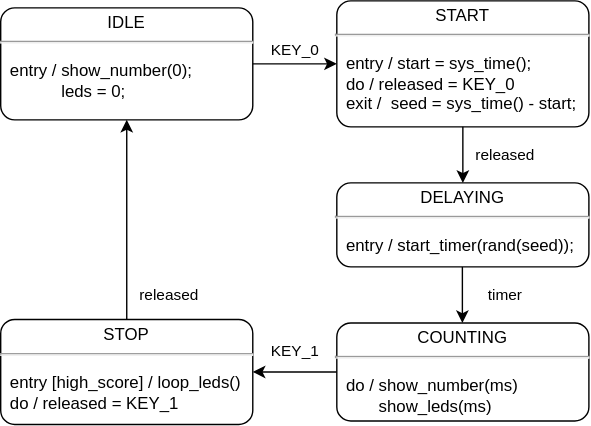
Earlier version of the draw.io export doc/State-Transition-Diagram.svg (JVKran/Configurable-Reaction-Meter). Source tidied: cells renumbered, new cells last; positions are measured from the earlier drawing's top-left corner, leaving out a move shared by most shapes. Source of this version:
```xml
<mxGraphModel>
  <root>
    <mxCell id="0" />
    <mxCell id="1" parent="0" />
    <mxCell id="2" value="&lt;p style=&quot;margin: 0px ; margin-top: 4px ; text-align: center&quot;&gt;IDLE&lt;/p&gt;&lt;hr&gt;&lt;p&gt;&lt;/p&gt;&lt;p style=&quot;margin: 0px ; margin-left: 8px ; text-align: left&quot;&gt;entry / show_number(0);&amp;nbsp;&lt;/p&gt;&lt;p style=&quot;margin: 0px ; margin-left: 8px ; text-align: left&quot;&gt;&lt;span&gt;&amp;nbsp; &amp;nbsp; &amp;nbsp; &amp;nbsp; &amp;nbsp; &amp;nbsp;leds = 0;&lt;/span&gt;&lt;/p&gt;" style="shape=mxgraph.sysml.simpleState;html=1;overflow=fill;whiteSpace=wrap;align=center;" parent="1" vertex="1">
      <mxGeometry y="5" width="180" height="80" as="geometry" />
    </mxCell>
    <mxCell id="3" value="&lt;p style=&quot;margin: 0px ; margin-top: 4px ; text-align: center&quot;&gt;START&lt;/p&gt;&lt;hr&gt;&lt;p&gt;&lt;/p&gt;&lt;p style=&quot;margin: 0px ; margin-left: 8px ; text-align: left&quot;&gt;entry / start = sys_time();&lt;/p&gt;&lt;p style=&quot;margin: 0px ; margin-left: 8px ; text-align: left&quot;&gt;do / released = KEY_0&lt;/p&gt;&lt;p style=&quot;margin: 0px ; margin-left: 8px ; text-align: left&quot;&gt;exit /&amp;nbsp; seed = sys_time() -&amp;nbsp;&lt;span&gt;start;&lt;/span&gt;&lt;/p&gt;" style="shape=mxgraph.sysml.simpleState;html=1;overflow=fill;whiteSpace=wrap;align=center;" parent="1" vertex="1">
      <mxGeometry x="240" width="180" height="90" as="geometry" />
    </mxCell>
    <mxCell id="4" style="endArrow=classic;html=1;exitX=1;exitY=0.5;exitDx=0;exitDy=0;exitPerimeter=0;entryX=0;entryY=0.5;entryDx=0;entryDy=0;entryPerimeter=0;" parent="1" edge="1" source="2" target="3">
      <mxGeometry relative="1" as="geometry" />
    </mxCell>
    <mxCell id="5" value="KEY_0" style="edgeLabel;html=1;align=center;verticalAlign=middle;" parent="4" vertex="1">
      <mxGeometry x="-0.46" relative="1" as="geometry">
        <mxPoint x="14" y="-10" as="offset" />
      </mxGeometry>
    </mxCell>
    <mxCell id="6" value="&lt;p style=&quot;margin: 0px ; margin-top: 4px ; text-align: center&quot;&gt;DELAYING&lt;/p&gt;&lt;hr&gt;&lt;p&gt;&lt;/p&gt;&lt;p style=&quot;margin: 0px ; margin-left: 8px ; text-align: left&quot;&gt;entry / start_timer(rand(seed));&lt;/p&gt;" style="shape=mxgraph.sysml.simpleState;html=1;overflow=fill;whiteSpace=wrap;align=center;" parent="1" vertex="1">
      <mxGeometry x="240" y="130" width="180" height="60" as="geometry" />
    </mxCell>
    <mxCell id="7" style="endArrow=classic;html=1;entryX=0.5;entryY=0;entryDx=0;entryDy=0;entryPerimeter=0;exitX=0.5;exitY=1;exitDx=0;exitDy=0;exitPerimeter=0;" parent="1" edge="1" source="3" target="6">
      <mxGeometry relative="1" as="geometry" />
    </mxCell>
    <mxCell id="8" value="released" style="edgeLabel;html=1;align=center;verticalAlign=middle;" parent="7" vertex="1">
      <mxGeometry x="-0.45" y="1" relative="1" as="geometry">
        <mxPoint x="29" y="9" as="offset" />
      </mxGeometry>
    </mxCell>
    <mxCell id="9" value="&lt;p style=&quot;margin: 0px ; margin-top: 4px ; text-align: center&quot;&gt;COUNTING&lt;/p&gt;&lt;hr&gt;&lt;p&gt;&lt;/p&gt;&lt;p style=&quot;margin: 0px ; margin-left: 8px ; text-align: left&quot;&gt;&lt;span&gt;do / show_number(ms)&lt;/span&gt;&lt;br&gt;&lt;/p&gt;&lt;p style=&quot;margin: 0px ; margin-left: 8px ; text-align: left&quot;&gt;&amp;nbsp; &amp;nbsp; &amp;nbsp; &amp;nbsp;show_leds(ms)&lt;/p&gt;" style="shape=mxgraph.sysml.simpleState;html=1;overflow=fill;whiteSpace=wrap;align=center;" parent="1" vertex="1">
      <mxGeometry x="240" y="230" width="180" height="70" as="geometry" />
    </mxCell>
    <mxCell id="10" style="endArrow=classic;html=1;entryX=0.5;entryY=0;entryDx=0;entryDy=0;entryPerimeter=0;exitX=0.5;exitY=1;exitDx=0;exitDy=0;exitPerimeter=0;" parent="1" edge="1">
      <mxGeometry relative="1" as="geometry">
        <mxPoint x="329.7" y="190" as="sourcePoint" />
        <mxPoint x="329.7" y="230" as="targetPoint" />
      </mxGeometry>
    </mxCell>
    <mxCell id="11" value="timer" style="edgeLabel;html=1;align=center;verticalAlign=middle;" parent="10" vertex="1">
      <mxGeometry x="-0.45" y="1" relative="1" as="geometry">
        <mxPoint x="29" y="9" as="offset" />
      </mxGeometry>
    </mxCell>
    <mxCell id="12" value="&lt;p style=&quot;margin: 0px ; margin-top: 4px ; text-align: center&quot;&gt;STOP&lt;/p&gt;&lt;hr&gt;&lt;p&gt;&lt;/p&gt;&lt;p style=&quot;margin: 0px ; margin-left: 8px ; text-align: left&quot;&gt;entry [high_score] / loop_leds()&lt;/p&gt;&lt;p style=&quot;margin: 0px ; margin-left: 8px ; text-align: left&quot;&gt;do / released = KEY_1&lt;/p&gt;" style="shape=mxgraph.sysml.simpleState;html=1;overflow=fill;whiteSpace=wrap;align=center;" parent="1" vertex="1">
      <mxGeometry y="227.5" width="180" height="75" as="geometry" />
    </mxCell>
    <mxCell id="13" style="endArrow=classic;html=1;exitX=0;exitY=0.5;exitDx=0;exitDy=0;exitPerimeter=0;entryX=1;entryY=0.5;entryDx=0;entryDy=0;entryPerimeter=0;" parent="1" edge="1" source="9" target="12">
      <mxGeometry relative="1" as="geometry" />
    </mxCell>
    <mxCell id="14" value="KEY_1" style="edgeLabel;html=1;align=center;verticalAlign=middle;" parent="13" vertex="1">
      <mxGeometry x="0.3" y="-1" relative="1" as="geometry">
        <mxPoint x="9.1" y="-14" as="offset" />
      </mxGeometry>
    </mxCell>
    <mxCell id="15" style="endArrow=classic;html=1;" parent="1" edge="1" source="12" target="2">
      <mxGeometry relative="1" as="geometry" />
    </mxCell>
    <mxCell id="16" value="released" style="edgeLabel;html=1;align=center;verticalAlign=middle;" parent="15" vertex="1">
      <mxGeometry x="-0.56" relative="1" as="geometry">
        <mxPoint x="30" y="13.9" as="offset" />
      </mxGeometry>
    </mxCell>
  </root>
</mxGraphModel>
```
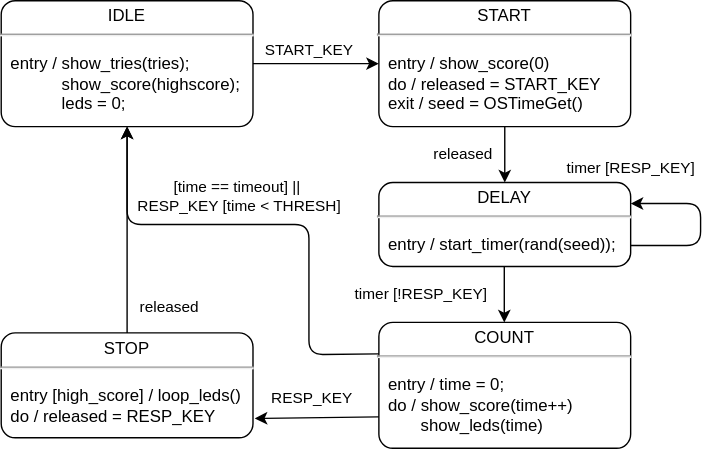
The same diagram one commit later.

The edit, as a diff of the source:
```diff
@@ -2,21 +2,21 @@
   <root>
     <mxCell id="0" />
     <mxCell id="1" parent="0" />
-    <mxCell id="2" value="&lt;p style=&quot;margin: 0px ; margin-top: 4px ; text-align: center&quot;&gt;IDLE&lt;/p&gt;&lt;hr&gt;&lt;p&gt;&lt;/p&gt;&lt;p style=&quot;margin: 0px ; margin-left: 8px ; text-align: left&quot;&gt;entry / show_number(0);&amp;nbsp;&lt;/p&gt;&lt;p style=&quot;margin: 0px ; margin-left: 8px ; text-align: left&quot;&gt;&lt;span&gt;&amp;nbsp; &amp;nbsp; &amp;nbsp; &amp;nbsp; &amp;nbsp; &amp;nbsp;leds = 0;&lt;/span&gt;&lt;/p&gt;" style="shape=mxgraph.sysml.simpleState;html=1;overflow=fill;whiteSpace=wrap;align=center;" parent="1" vertex="1">
-      <mxGeometry y="5" width="180" height="80" as="geometry" />
+    <mxCell id="2" value="&lt;p style=&quot;margin: 0px ; margin-top: 4px ; text-align: center&quot;&gt;IDLE&lt;/p&gt;&lt;hr&gt;&lt;p&gt;&lt;/p&gt;&lt;p style=&quot;margin: 0px ; margin-left: 8px ; text-align: left&quot;&gt;entry / show_tries(tries);&lt;/p&gt;&lt;p style=&quot;margin: 0px ; margin-left: 8px ; text-align: left&quot;&gt;&amp;nbsp; &amp;nbsp; &amp;nbsp; &amp;nbsp; &amp;nbsp; &amp;nbsp;show_score(highscore);&amp;nbsp;&lt;/p&gt;&lt;p style=&quot;margin: 0px ; margin-left: 8px ; text-align: left&quot;&gt;&lt;span&gt;&amp;nbsp; &amp;nbsp; &amp;nbsp; &amp;nbsp; &amp;nbsp; &amp;nbsp;leds = 0;&lt;/span&gt;&lt;/p&gt;" style="shape=mxgraph.sysml.simpleState;html=1;overflow=fill;whiteSpace=wrap;align=center;" parent="1" vertex="1">
+      <mxGeometry x="-30" width="180" height="90" as="geometry" />
     </mxCell>
-    <mxCell id="3" value="&lt;p style=&quot;margin: 0px ; margin-top: 4px ; text-align: center&quot;&gt;START&lt;/p&gt;&lt;hr&gt;&lt;p&gt;&lt;/p&gt;&lt;p style=&quot;margin: 0px ; margin-left: 8px ; text-align: left&quot;&gt;entry / start = sys_time();&lt;/p&gt;&lt;p style=&quot;margin: 0px ; margin-left: 8px ; text-align: left&quot;&gt;do / released = KEY_0&lt;/p&gt;&lt;p style=&quot;margin: 0px ; margin-left: 8px ; text-align: left&quot;&gt;exit /&amp;nbsp; seed = sys_time() -&amp;nbsp;&lt;span&gt;start;&lt;/span&gt;&lt;/p&gt;" style="shape=mxgraph.sysml.simpleState;html=1;overflow=fill;whiteSpace=wrap;align=center;" parent="1" vertex="1">
+    <mxCell id="3" value="&lt;p style=&quot;margin: 0px ; margin-top: 4px ; text-align: center&quot;&gt;START&lt;/p&gt;&lt;hr&gt;&lt;p&gt;&lt;/p&gt;&lt;p style=&quot;margin: 0px ; margin-left: 8px ; text-align: left&quot;&gt;entry / show_score(0)&lt;/p&gt;&lt;p style=&quot;margin: 0px ; margin-left: 8px ; text-align: left&quot;&gt;do / released = START_KEY&lt;/p&gt;&lt;p style=&quot;margin: 0px ; margin-left: 8px ; text-align: left&quot;&gt;exit / seed = OSTimeGet()&lt;/p&gt;" style="shape=mxgraph.sysml.simpleState;html=1;overflow=fill;whiteSpace=wrap;align=center;" parent="1" vertex="1">
       <mxGeometry x="240" width="180" height="90" as="geometry" />
     </mxCell>
     <mxCell id="4" style="endArrow=classic;html=1;exitX=1;exitY=0.5;exitDx=0;exitDy=0;exitPerimeter=0;entryX=0;entryY=0.5;entryDx=0;entryDy=0;entryPerimeter=0;" parent="1" edge="1" source="2" target="3">
       <mxGeometry relative="1" as="geometry" />
     </mxCell>
-    <mxCell id="5" value="KEY_0" style="edgeLabel;html=1;align=center;verticalAlign=middle;" parent="4" vertex="1">
+    <mxCell id="5" value="START_KEY" style="edgeLabel;html=1;align=center;verticalAlign=middle;" parent="4" vertex="1">
       <mxGeometry x="-0.46" relative="1" as="geometry">
-        <mxPoint x="14" y="-10" as="offset" />
+        <mxPoint x="15.7" y="-10" as="offset" />
       </mxGeometry>
     </mxCell>
-    <mxCell id="6" value="&lt;p style=&quot;margin: 0px ; margin-top: 4px ; text-align: center&quot;&gt;DELAYING&lt;/p&gt;&lt;hr&gt;&lt;p&gt;&lt;/p&gt;&lt;p style=&quot;margin: 0px ; margin-left: 8px ; text-align: left&quot;&gt;entry / start_timer(rand(seed));&lt;/p&gt;" style="shape=mxgraph.sysml.simpleState;html=1;overflow=fill;whiteSpace=wrap;align=center;" parent="1" vertex="1">
+    <mxCell id="6" value="&lt;p style=&quot;margin: 0px ; margin-top: 4px ; text-align: center&quot;&gt;DELAY&lt;/p&gt;&lt;hr&gt;&lt;p&gt;&lt;/p&gt;&lt;p style=&quot;margin: 0px ; margin-left: 8px ; text-align: left&quot;&gt;entry / start_timer(rand(seed));&lt;/p&gt;" style="shape=mxgraph.sysml.simpleState;html=1;overflow=fill;whiteSpace=wrap;align=center;" parent="1" vertex="1">
       <mxGeometry x="240" y="130" width="180" height="60" as="geometry" />
     </mxCell>
     <mxCell id="7" style="endArrow=classic;html=1;entryX=0.5;entryY=0;entryDx=0;entryDy=0;entryPerimeter=0;exitX=0.5;exitY=1;exitDx=0;exitDy=0;exitPerimeter=0;" parent="1" edge="1" source="3" target="6">
@@ -24,11 +24,11 @@
     </mxCell>
     <mxCell id="8" value="released" style="edgeLabel;html=1;align=center;verticalAlign=middle;" parent="7" vertex="1">
       <mxGeometry x="-0.45" y="1" relative="1" as="geometry">
-        <mxPoint x="29" y="9" as="offset" />
+        <mxPoint x="-31" y="9" as="offset" />
       </mxGeometry>
     </mxCell>
-    <mxCell id="9" value="&lt;p style=&quot;margin: 0px ; margin-top: 4px ; text-align: center&quot;&gt;COUNTING&lt;/p&gt;&lt;hr&gt;&lt;p&gt;&lt;/p&gt;&lt;p style=&quot;margin: 0px ; margin-left: 8px ; text-align: left&quot;&gt;&lt;span&gt;do / show_number(ms)&lt;/span&gt;&lt;br&gt;&lt;/p&gt;&lt;p style=&quot;margin: 0px ; margin-left: 8px ; text-align: left&quot;&gt;&amp;nbsp; &amp;nbsp; &amp;nbsp; &amp;nbsp;show_leds(ms)&lt;/p&gt;" style="shape=mxgraph.sysml.simpleState;html=1;overflow=fill;whiteSpace=wrap;align=center;" parent="1" vertex="1">
-      <mxGeometry x="240" y="230" width="180" height="70" as="geometry" />
+    <mxCell id="9" value="&lt;p style=&quot;margin: 0px ; margin-top: 4px ; text-align: center&quot;&gt;COUNT&lt;/p&gt;&lt;hr&gt;&lt;p&gt;&lt;/p&gt;&lt;p style=&quot;margin: 0px ; margin-left: 8px ; text-align: left&quot;&gt;&lt;span&gt;entry / time = 0;&lt;/span&gt;&lt;/p&gt;&lt;p style=&quot;margin: 0px ; margin-left: 8px ; text-align: left&quot;&gt;&lt;span&gt;do / show_score(time++)&lt;/span&gt;&lt;br&gt;&lt;/p&gt;&lt;p style=&quot;margin: 0px ; margin-left: 8px ; text-align: left&quot;&gt;&amp;nbsp; &amp;nbsp; &amp;nbsp; &amp;nbsp;show_leds(time)&lt;/p&gt;" style="shape=mxgraph.sysml.simpleState;html=1;overflow=fill;whiteSpace=wrap;align=center;" parent="1" vertex="1">
+      <mxGeometry x="240" y="230" width="180" height="90" as="geometry" />
     </mxCell>
     <mxCell id="10" style="endArrow=classic;html=1;entryX=0.5;entryY=0;entryDx=0;entryDy=0;entryPerimeter=0;exitX=0.5;exitY=1;exitDx=0;exitDy=0;exitPerimeter=0;" parent="1" edge="1">
       <mxGeometry relative="1" as="geometry">
@@ -36,18 +36,18 @@
         <mxPoint x="329.7" y="230" as="targetPoint" />
       </mxGeometry>
     </mxCell>
-    <mxCell id="11" value="timer" style="edgeLabel;html=1;align=center;verticalAlign=middle;" parent="10" vertex="1">
+    <mxCell id="11" value="timer [!RESP_KEY]" style="edgeLabel;html=1;align=center;verticalAlign=middle;" parent="10" vertex="1">
       <mxGeometry x="-0.45" y="1" relative="1" as="geometry">
-        <mxPoint x="29" y="9" as="offset" />
+        <mxPoint x="-60.7" y="9" as="offset" />
       </mxGeometry>
     </mxCell>
-    <mxCell id="12" value="&lt;p style=&quot;margin: 0px ; margin-top: 4px ; text-align: center&quot;&gt;STOP&lt;/p&gt;&lt;hr&gt;&lt;p&gt;&lt;/p&gt;&lt;p style=&quot;margin: 0px ; margin-left: 8px ; text-align: left&quot;&gt;entry [high_score] / loop_leds()&lt;/p&gt;&lt;p style=&quot;margin: 0px ; margin-left: 8px ; text-align: left&quot;&gt;do / released = KEY_1&lt;/p&gt;" style="shape=mxgraph.sysml.simpleState;html=1;overflow=fill;whiteSpace=wrap;align=center;" parent="1" vertex="1">
-      <mxGeometry y="227.5" width="180" height="75" as="geometry" />
+    <mxCell id="12" value="&lt;p style=&quot;margin: 0px ; margin-top: 4px ; text-align: center&quot;&gt;STOP&lt;/p&gt;&lt;hr&gt;&lt;p&gt;&lt;/p&gt;&lt;p style=&quot;margin: 0px ; margin-left: 8px ; text-align: left&quot;&gt;entry [high_score] / loop_leds()&lt;/p&gt;&lt;p style=&quot;margin: 0px ; margin-left: 8px ; text-align: left&quot;&gt;do / released = RESP_KEY&lt;/p&gt;" style="shape=mxgraph.sysml.simpleState;html=1;overflow=fill;whiteSpace=wrap;align=center;" parent="1" vertex="1">
+      <mxGeometry x="-30" y="237.5" width="180" height="75" as="geometry" />
     </mxCell>
-    <mxCell id="13" style="endArrow=classic;html=1;exitX=0;exitY=0.5;exitDx=0;exitDy=0;exitPerimeter=0;entryX=1;entryY=0.5;entryDx=0;entryDy=0;entryPerimeter=0;" parent="1" edge="1" source="9" target="12">
+    <mxCell id="13" style="endArrow=classic;html=1;exitX=0;exitY=0.75;exitDx=0;exitDy=0;exitPerimeter=0;entryX=1.007;entryY=0.816;entryDx=0;entryDy=0;entryPerimeter=0;" parent="1" edge="1" source="9" target="12">
       <mxGeometry relative="1" as="geometry" />
     </mxCell>
-    <mxCell id="14" value="KEY_1" style="edgeLabel;html=1;align=center;verticalAlign=middle;" parent="13" vertex="1">
+    <mxCell id="14" value="RESP_KEY" style="edgeLabel;html=1;align=center;verticalAlign=middle;" parent="13" vertex="1">
       <mxGeometry x="0.3" y="-1" relative="1" as="geometry">
         <mxPoint x="9.1" y="-14" as="offset" />
       </mxGeometry>
@@ -60,5 +60,32 @@
         <mxPoint x="30" y="13.9" as="offset" />
       </mxGeometry>
     </mxCell>
+    <mxCell id="17" style="endArrow=classic;html=1;exitX=0;exitY=0.25;exitDx=0;exitDy=0;exitPerimeter=0;entryX=0.5;entryY=1;entryDx=0;entryDy=0;entryPerimeter=0;" parent="1" edge="1" source="9" target="2">
+      <mxGeometry relative="1" as="geometry">
+        <Array as="points">
+          <mxPoint x="190" y="253" />
+          <mxPoint x="190" y="160" />
+          <mxPoint x="60" y="160" />
+        </Array>
+      </mxGeometry>
+    </mxCell>
+    <mxCell id="18" value="[time == timeout] ||&amp;nbsp;&lt;br&gt;RESP_KEY [time &amp;lt; THRESH]" style="edgeLabel;html=1;align=center;verticalAlign=middle;" parent="17" vertex="1">
+      <mxGeometry x="0.03" y="-1" relative="1" as="geometry">
+        <mxPoint x="-17.3" y="-19" as="offset" />
+      </mxGeometry>
+    </mxCell>
+    <mxCell id="19" style="endArrow=classic;html=1;exitX=1;exitY=0.75;exitDx=0;exitDy=0;exitPerimeter=0;entryX=1;entryY=0.25;entryDx=0;entryDy=0;entryPerimeter=0;" parent="1" edge="1" source="6" target="6">
+      <mxGeometry relative="1" as="geometry">
+        <Array as="points">
+          <mxPoint x="470" y="175" />
+          <mxPoint x="470" y="145" />
+        </Array>
+      </mxGeometry>
+    </mxCell>
+    <mxCell id="20" value="timer [RESP_KEY]" style="edgeLabel;html=1;align=center;verticalAlign=middle;" parent="19" vertex="1">
+      <mxGeometry x="0.55" y="-1" relative="1" as="geometry">
+        <mxPoint x="-29.5" y="-24" as="offset" />
+      </mxGeometry>
+    </mxCell>
   </root>
 </mxGraphModel>
```
